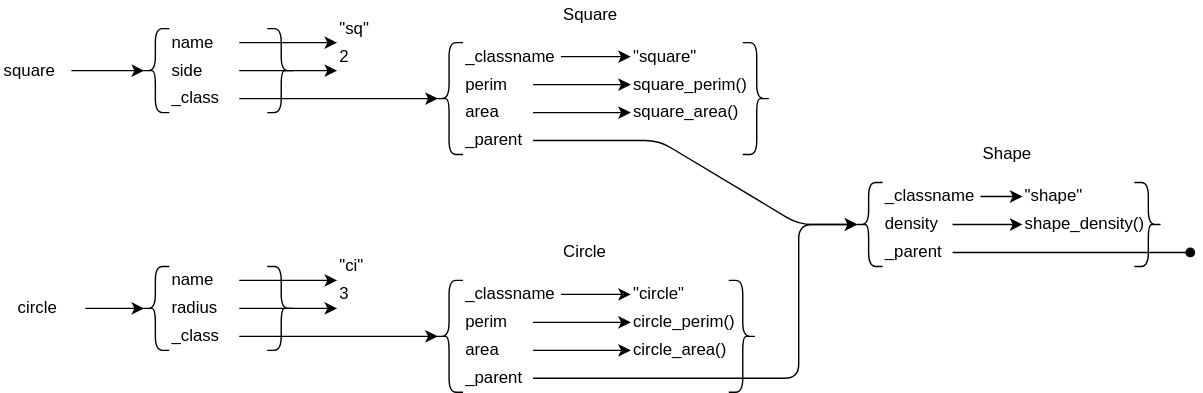
gvwilson/sdxpy keeps this draw.io diagram as src/oop/inherit_class.svg. Above is the earlier version. Source tidied: cells renumbered, new cells last; positions are measured from the earlier drawing's top-left corner, leaving out a move shared by most shapes.
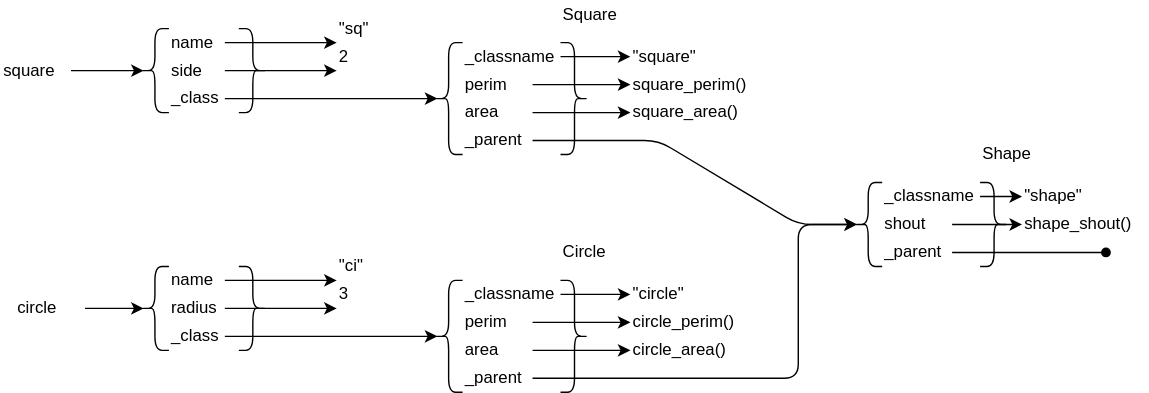
The same file after the commit.

Diff of the diagram source:
```diff
@@ -3,10 +3,10 @@
     <mxCell id="0" />
     <mxCell id="1" parent="0" />
     <mxCell id="2" value="name" style="text;html=1;strokeColor=none;fillColor=none;align=left;verticalAlign=middle;whiteSpace=wrap;rounded=0;" parent="1" vertex="1">
-      <mxGeometry x="120" y="20" width="50" height="20" as="geometry" />
+      <mxGeometry x="120" y="20" width="40" height="20" as="geometry" />
     </mxCell>
     <mxCell id="3" value="side" style="text;html=1;strokeColor=none;fillColor=none;align=left;verticalAlign=middle;whiteSpace=wrap;rounded=0;" parent="1" vertex="1">
-      <mxGeometry x="120" y="40" width="50" height="20" as="geometry" />
+      <mxGeometry x="120" y="40" width="40" height="20" as="geometry" />
     </mxCell>
     <mxCell id="4" value="perim" style="text;html=1;strokeColor=none;fillColor=none;align=left;verticalAlign=middle;whiteSpace=wrap;rounded=0;" parent="1" vertex="1">
       <mxGeometry x="330" y="50" width="50" height="20" as="geometry" />
@@ -18,7 +18,7 @@
       <mxGeometry x="100" y="20" width="20" height="60" as="geometry" />
     </mxCell>
     <mxCell id="7" style="shape=curlyBracket;whiteSpace=wrap;html=1;rounded=1;flipH=1;labelPosition=right;verticalLabelPosition=middle;align=left;verticalAlign=middle;fillColor=none;" parent="1" vertex="1">
-      <mxGeometry x="190" y="20" width="20" height="60" as="geometry" />
+      <mxGeometry x="170" y="20" width="20" height="60" as="geometry" />
     </mxCell>
     <mxCell id="8" value="square" style="text;html=1;strokeColor=none;fillColor=none;align=left;verticalAlign=middle;whiteSpace=wrap;rounded=0;" parent="1" vertex="1">
       <mxGeometry y="40" width="50" height="20" as="geometry" />
@@ -55,10 +55,10 @@
       <mxGeometry relative="1" as="geometry" />
     </mxCell>
     <mxCell id="18" value="name" style="text;html=1;strokeColor=none;fillColor=none;align=left;verticalAlign=middle;whiteSpace=wrap;rounded=0;" parent="1" vertex="1">
-      <mxGeometry x="120" y="190" width="50" height="20" as="geometry" />
+      <mxGeometry x="120" y="190" width="40" height="20" as="geometry" />
     </mxCell>
     <mxCell id="19" value="radius" style="text;html=1;strokeColor=none;fillColor=none;align=left;verticalAlign=middle;whiteSpace=wrap;rounded=0;" parent="1" vertex="1">
-      <mxGeometry x="120" y="210" width="50" height="20" as="geometry" />
+      <mxGeometry x="120" y="210" width="40" height="20" as="geometry" />
     </mxCell>
     <mxCell id="20" value="perim" style="text;html=1;strokeColor=none;fillColor=none;align=left;verticalAlign=middle;whiteSpace=wrap;rounded=0;" parent="1" vertex="1">
       <mxGeometry x="330" y="220" width="50" height="20" as="geometry" />
@@ -70,7 +70,7 @@
       <mxGeometry x="100" y="190" width="20" height="60" as="geometry" />
     </mxCell>
     <mxCell id="23" style="shape=curlyBracket;whiteSpace=wrap;html=1;rounded=1;flipH=1;labelPosition=right;verticalLabelPosition=middle;align=left;verticalAlign=middle;fillColor=none;" parent="1" vertex="1">
-      <mxGeometry x="190" y="190" width="20" height="60" as="geometry" />
+      <mxGeometry x="170" y="190" width="20" height="60" as="geometry" />
     </mxCell>
     <mxCell id="24" value="circle" style="text;html=1;strokeColor=none;fillColor=none;align=left;verticalAlign=middle;whiteSpace=wrap;rounded=0;" parent="1" vertex="1">
       <mxGeometry x="10" y="210" width="50" height="20" as="geometry" />
@@ -100,17 +100,17 @@
     <mxCell id="31" value="circle_area()" style="text;html=1;strokeColor=none;fillColor=none;align=left;verticalAlign=middle;whiteSpace=wrap;rounded=0;" parent="1" vertex="1">
       <mxGeometry x="450" y="240" width="90" height="20" as="geometry" />
     </mxCell>
-    <mxCell id="32" style="endArrow=classic;html=1;rounded=0;entryX=0;entryY=0.5;entryDx=0;entryDy=0;exitX=1;exitY=0.5;exitDx=0;exitDy=0;" parent="1" edge="1" source="20" target="30">
+    <mxCell id="32" style="endArrow=classic;html=1;rounded=0;entryX=0;entryY=0.5;entryDx=0;entryDy=0;exitX=1;exitY=0.5;exitDx=0;exitDy=0;startArrow=none;" parent="1" edge="1" source="20" target="30">
       <mxGeometry relative="1" as="geometry" />
     </mxCell>
     <mxCell id="33" style="endArrow=classic;html=1;rounded=0;entryX=0;entryY=0.5;entryDx=0;entryDy=0;exitX=1;exitY=0.5;exitDx=0;exitDy=0;" parent="1" edge="1" source="21" target="31">
       <mxGeometry relative="1" as="geometry" />
     </mxCell>
     <mxCell id="34" value="_class" style="text;html=1;strokeColor=none;fillColor=none;align=left;verticalAlign=middle;whiteSpace=wrap;rounded=0;" parent="1" vertex="1">
-      <mxGeometry x="120" y="60" width="50" height="20" as="geometry" />
+      <mxGeometry x="120" y="60" width="40" height="20" as="geometry" />
     </mxCell>
     <mxCell id="35" value="_class" style="text;html=1;strokeColor=none;fillColor=none;align=left;verticalAlign=middle;whiteSpace=wrap;rounded=0;" parent="1" vertex="1">
-      <mxGeometry x="120" y="230" width="50" height="20" as="geometry" />
+      <mxGeometry x="120" y="230" width="40" height="20" as="geometry" />
     </mxCell>
     <mxCell id="36" value="_classname" style="text;html=1;strokeColor=none;fillColor=none;align=left;verticalAlign=middle;whiteSpace=wrap;rounded=0;" parent="1" vertex="1">
       <mxGeometry x="330" y="30" width="70" height="20" as="geometry" />
@@ -137,11 +137,8 @@
       <mxGeometry x="310" y="200" width="20" height="80" as="geometry" />
     </mxCell>
     <mxCell id="44" style="shape=curlyBracket;whiteSpace=wrap;html=1;rounded=1;flipH=1;labelPosition=right;verticalLabelPosition=middle;align=left;verticalAlign=middle;fillColor=none;" parent="1" vertex="1">
-      <mxGeometry x="530" y="30" width="20" height="80" as="geometry" />
+      <mxGeometry x="400" y="30" width="20" height="80" as="geometry" />
     </mxCell>
-    <mxCell id="45" style="shape=curlyBracket;whiteSpace=wrap;html=1;rounded=1;flipH=1;labelPosition=right;verticalLabelPosition=middle;align=left;verticalAlign=middle;fillColor=none;" parent="1" vertex="1">
-      <mxGeometry x="520" y="200" width="20" height="80" as="geometry" />
-    </mxCell>
     <mxCell id="46" style="endArrow=classic;html=1;rounded=0;exitX=1;exitY=0.5;exitDx=0;exitDy=0;entryX=0.1;entryY=0.5;entryDx=0;entryDy=0;entryPerimeter=0;" parent="1" edge="1" source="34" target="42">
       <mxGeometry relative="1" as="geometry" />
     </mxCell>
@@ -160,10 +157,10 @@
     <mxCell id="51" value="_parent" style="text;html=1;strokeColor=none;fillColor=none;align=left;verticalAlign=middle;whiteSpace=wrap;rounded=0;" parent="1" vertex="1">
       <mxGeometry x="330" y="260" width="50" height="20" as="geometry" />
     </mxCell>
-    <mxCell id="52" value="density" style="text;html=1;strokeColor=none;fillColor=none;align=left;verticalAlign=middle;whiteSpace=wrap;rounded=0;" parent="1" vertex="1">
+    <mxCell id="52" value="shout" style="text;html=1;strokeColor=none;fillColor=none;align=left;verticalAlign=middle;whiteSpace=wrap;rounded=0;" parent="1" vertex="1">
       <mxGeometry x="630" y="150" width="50" height="20" as="geometry" />
     </mxCell>
-    <mxCell id="53" value="shape_density()" style="text;html=1;strokeColor=none;fillColor=none;align=left;verticalAlign=middle;whiteSpace=wrap;rounded=0;" parent="1" vertex="1">
+    <mxCell id="53" value="shape_shout()" style="text;html=1;strokeColor=none;fillColor=none;align=left;verticalAlign=middle;whiteSpace=wrap;rounded=0;" parent="1" vertex="1">
       <mxGeometry x="730" y="150" width="90" height="20" as="geometry" />
     </mxCell>
     <mxCell id="54" style="endArrow=classic;html=1;rounded=0;entryX=0;entryY=0.5;entryDx=0;entryDy=0;exitX=1;exitY=0.5;exitDx=0;exitDy=0;" parent="1" edge="1" source="52" target="53">
@@ -182,7 +179,7 @@
       <mxGeometry x="610" y="130" width="20" height="60" as="geometry" />
     </mxCell>
     <mxCell id="59" style="shape=curlyBracket;whiteSpace=wrap;html=1;rounded=1;flipH=1;labelPosition=right;verticalLabelPosition=middle;align=left;verticalAlign=middle;fillColor=none;" parent="1" vertex="1">
-      <mxGeometry x="810" y="130" width="20" height="60" as="geometry" />
+      <mxGeometry x="700" y="130" width="20" height="60" as="geometry" />
     </mxCell>
     <mxCell id="60" value="Shape" style="text;html=1;strokeColor=none;fillColor=none;align=left;verticalAlign=middle;whiteSpace=wrap;rounded=0;" parent="1" vertex="1">
       <mxGeometry x="700" y="100" width="50" height="20" as="geometry" />
@@ -208,8 +205,11 @@
     </mxCell>
     <mxCell id="64" style="endArrow=oval;html=1;rounded=1;exitX=1;exitY=0.5;exitDx=0;exitDy=0;endFill=1;" parent="1" edge="1" source="61">
       <mxGeometry relative="1" as="geometry">
-        <mxPoint x="850" y="180" as="targetPoint" />
+        <mxPoint x="790" y="180" as="targetPoint" />
       </mxGeometry>
     </mxCell>
+    <mxCell id="45" style="shape=curlyBracket;whiteSpace=wrap;html=1;rounded=1;flipH=1;labelPosition=right;verticalLabelPosition=middle;align=left;verticalAlign=middle;fillColor=none;" parent="1" vertex="1">
+      <mxGeometry x="400" y="200" width="20" height="80" as="geometry" />
+    </mxCell>
   </root>
 </mxGraphModel>
```
